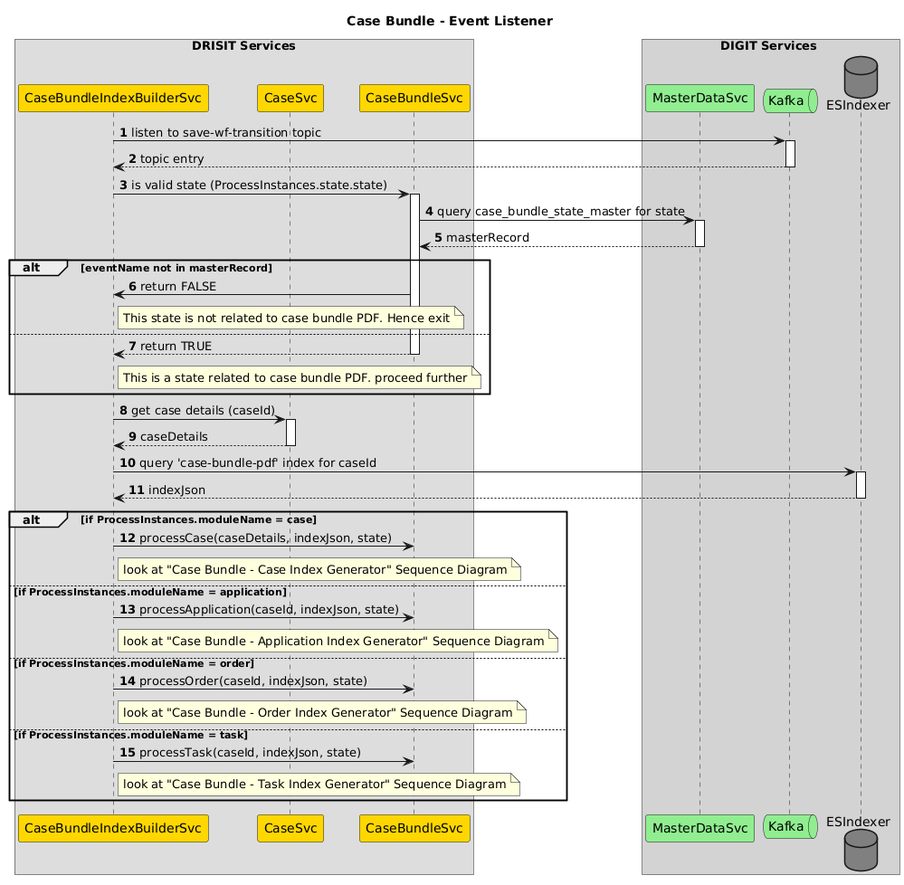
Before: docs/casebundle/sequencediagrams/diagrams/casebundle-statelistener.png, a diagram exported from PlantUML (pucardotorg/dristi-solutions). Source of this version:
```plantuml
@startuml
autonumber
skinparam responseMessageBelowArrow true

title "Case Bundle - Event Listener"

box DRISIT Services
participant CaseBundleIndexBuilderSvc as CBIBS #gold
participant CaseSvc as CS #gold
participant CaseBundleSvc as CBS #gold
end box

box DIGIT Services #lightgray
participant MasterDataSvc as MDS #lightgreen
queue Kafka as K #lightgreen
Database ESIndexer as ES #gray
end box


CBIBS->K++: listen to save-wf-transition topic
return topic entry

CBIBS ->CBS ++: is valid state (ProcessInstances.state.state)
CBS ->MDS++: query case_bundle_state_master for state
return masterRecord

alt eventName not in masterRecord
  CBS ->CBIBS : return FALSE
  note right of CBIBS : This state is not related to case bundle PDF. Hence exit
else
  return return TRUE
  note right of CBIBS : This is a state related to case bundle PDF. proceed further
end

CBIBS->CS++: get case details (caseId)
return caseDetails
CBIBS->ES++: query 'case-bundle-pdf' index for caseId
return indexJson

alt if ProcessInstances.moduleName = case
  CBIBS->CBS : processCase(caseDetails, indexJson, state)
  note right of CBIBS : look at "Case Bundle - Case Index Generator" Sequence Diagram
else if ProcessInstances.moduleName = application
  CBIBS->CBS : processApplication(caseId, indexJson, state)
  note right of CBIBS: look at "Case Bundle - Application Index Generator" Sequence Diagram
else if ProcessInstances.moduleName = order
  CBIBS->CBS : processOrder(caseId, indexJson, state)
  note right of CBIBS: look at "Case Bundle - Order Index Generator" Sequence Diagram
else if ProcessInstances.moduleName = task
  CBIBS->CBS : processTask(caseId, indexJson, state)
  note right of CBIBS: look at "Case Bundle - Task Index Generator" Sequence Diagram
end
@enduml
```
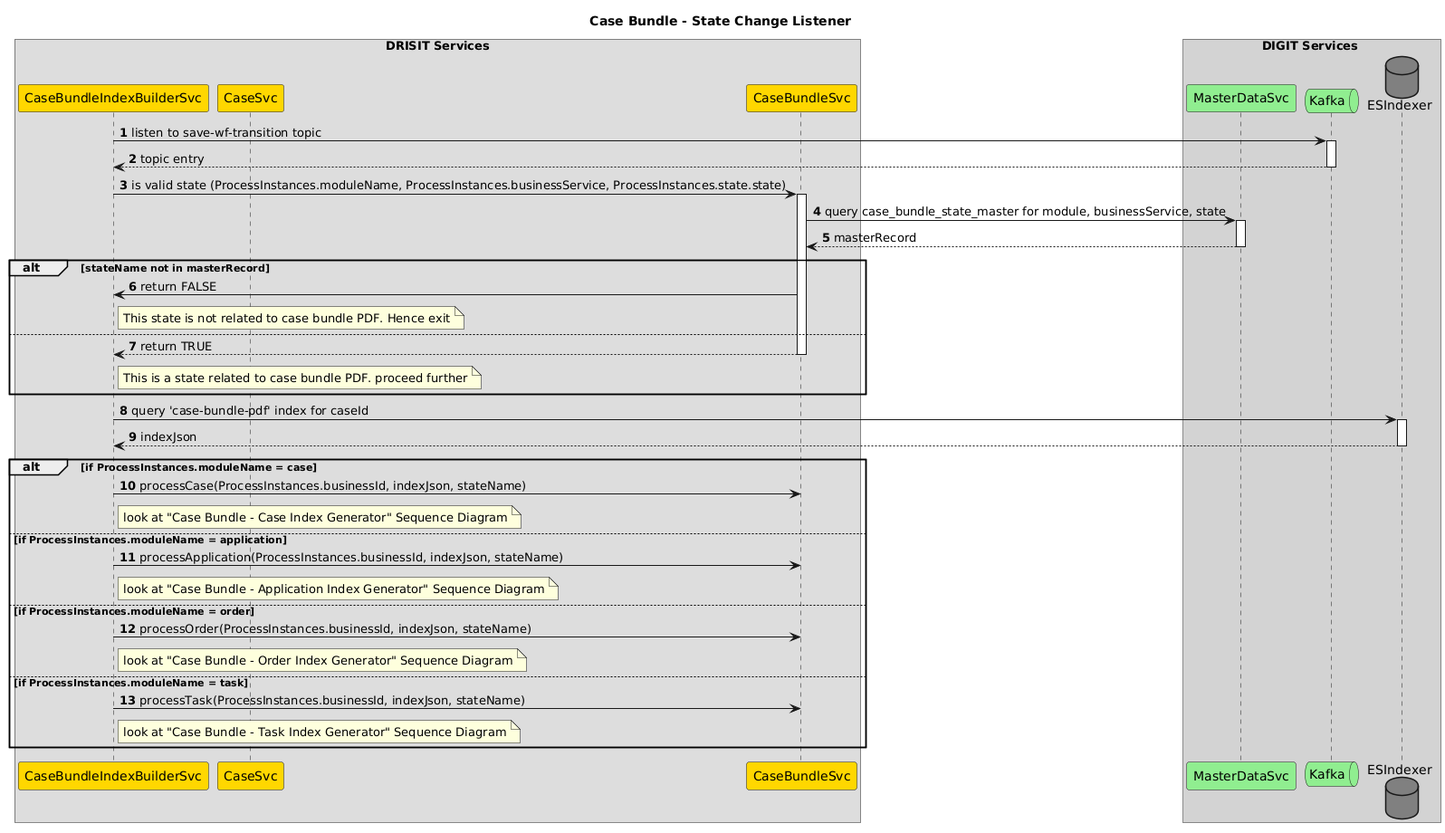
After the change.

What changed in the source:
```diff
@@ -2,7 +2,7 @@
 autonumber
 skinparam responseMessageBelowArrow true
 
-title "Case Bundle - Event Listener"
+title "Case Bundle - State Change Listener"
 
 box DRISIT Services
 participant CaseBundleIndexBuilderSvc as CBIBS #gold
@@ -20,11 +20,11 @@
 CBIBS->K++: listen to save-wf-transition topic
 return topic entry
 
-CBIBS ->CBS ++: is valid state (ProcessInstances.state.state)
-CBS ->MDS++: query case_bundle_state_master for state
+CBIBS ->CBS ++: is valid state (ProcessInstances.moduleName, ProcessInstances.businessService, ProcessInstances.state.state)
+CBS ->MDS++: query case_bundle_state_master for module, businessService, state
 return masterRecord
 
-alt eventName not in masterRecord
+alt stateName not in masterRecord
   CBS ->CBIBS : return FALSE
   note right of CBIBS : This state is not related to case bundle PDF. Hence exit
 else
@@ -32,22 +32,21 @@
   note right of CBIBS : This is a state related to case bundle PDF. proceed further
 end
 
-CBIBS->CS++: get case details (caseId)
-return caseDetails
+
 CBIBS->ES++: query 'case-bundle-pdf' index for caseId
 return indexJson
 
 alt if ProcessInstances.moduleName = case
-  CBIBS->CBS : processCase(caseDetails, indexJson, state)
+  CBIBS->CBS : processCase(ProcessInstances.businessId, indexJson, stateName)
   note right of CBIBS : look at "Case Bundle - Case Index Generator" Sequence Diagram
 else if ProcessInstances.moduleName = application
-  CBIBS->CBS : processApplication(caseId, indexJson, state)
+  CBIBS->CBS : processApplication(ProcessInstances.businessId, indexJson, stateName)
   note right of CBIBS: look at "Case Bundle - Application Index Generator" Sequence Diagram
 else if ProcessInstances.moduleName = order
-  CBIBS->CBS : processOrder(caseId, indexJson, state)
+  CBIBS->CBS : processOrder(ProcessInstances.businessId, indexJson, stateName)
   note right of CBIBS: look at "Case Bundle - Order Index Generator" Sequence Diagram
 else if ProcessInstances.moduleName = task
-  CBIBS->CBS : processTask(caseId, indexJson, state)
+  CBIBS->CBS : processTask(ProcessInstances.businessId, indexJson, stateName)
   note right of CBIBS: look at "Case Bundle - Task Index Generator" Sequence Diagram
 end
 @enduml
```
